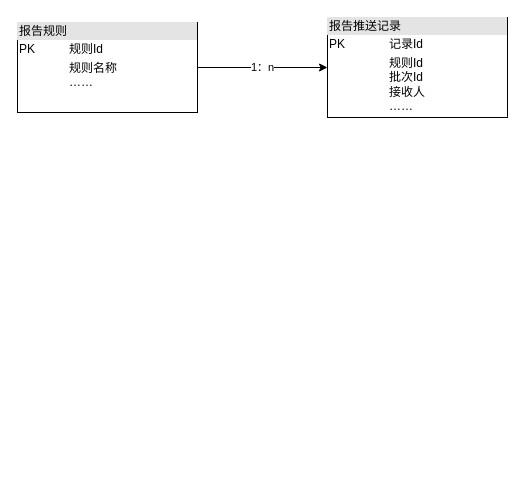
mozhu33/Diagrams keeps this draw.io diagram as 23一体化7月迭代.drawio. Above is the earlier version. Source tidied: cells renumbered, new cells numbered last; positions are measured from the earlier drawing's top-left corner, leaving out a move shared by most shapes. Both pictures are drawn from the tidied source at 100%, with x=0, y=0 at pixel (17, 17).
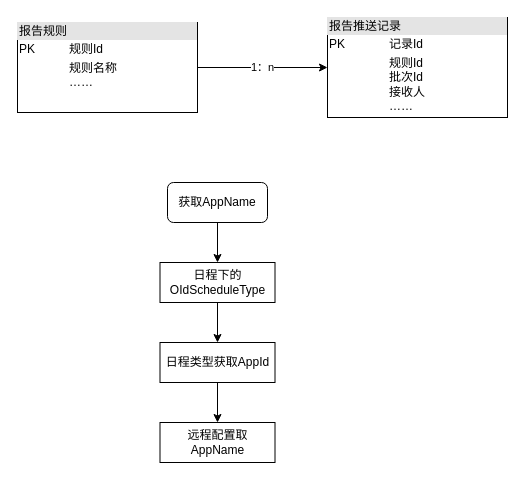
After the change.

Commit message:
更新23一体化7月迭代.drawio

The edit, as a diff of the source:
```diff
@@
 <mxGraphModel>
   <root>
     <mxCell id="0" />
     <mxCell id="1" parent="0" />
     <mxCell id="2" value="1：n" style="edgeStyle=orthogonalEdgeStyle;rounded=0;jettySize=auto;html=1;" parent="1" edge="1" source="3" target="4">
       <mxGeometry relative="1" as="geometry" />
     </mxCell>
     <mxCell id="3" value="&lt;div style=&quot;box-sizing:border-box;width:100%;background:#e4e4e4;padding:2px;&quot;&gt;报告规则&lt;/div&gt;&lt;table style=&quot;width:100%;font-size:1em;&quot; cellpadding=&quot;2&quot; cellspacing=&quot;0&quot;&gt;&lt;tbody&gt;&lt;tr&gt;&lt;td&gt;PK&lt;/td&gt;&lt;td&gt;规则Id&lt;/td&gt;&lt;/tr&gt;&lt;tr&gt;&lt;td&gt;&lt;br&gt;&lt;/td&gt;&lt;td&gt;规则名称&lt;br&gt;……&lt;/td&gt;&lt;/tr&gt;&lt;tr&gt;&lt;td&gt;&lt;/td&gt;&lt;td&gt;&lt;br&gt;&lt;/td&gt;&lt;/tr&gt;&lt;/tbody&gt;&lt;/table&gt;" style="verticalAlign=top;align=left;overflow=fill;html=1;" parent="1" vertex="1">
       <mxGeometry y="5" width="180" height="90" as="geometry" />
     </mxCell>
     <mxCell id="4" value="&lt;div style=&quot;box-sizing:border-box;width:100%;background:#e4e4e4;padding:2px;&quot;&gt;报告推送记录&lt;/div&gt;&lt;table style=&quot;width:100%;font-size:1em;&quot; cellpadding=&quot;2&quot; cellspacing=&quot;0&quot;&gt;&lt;tbody&gt;&lt;tr&gt;&lt;td&gt;PK&lt;/td&gt;&lt;td&gt;记录Id&lt;/td&gt;&lt;/tr&gt;&lt;tr&gt;&lt;td&gt;&lt;br&gt;&lt;/td&gt;&lt;td&gt;规则Id&lt;br&gt;批次Id&lt;br&gt;接收人&lt;br&gt;……&lt;/td&gt;&lt;/tr&gt;&lt;tr&gt;&lt;td&gt;&lt;/td&gt;&lt;td&gt;&lt;br&gt;&lt;/td&gt;&lt;/tr&gt;&lt;/tbody&gt;&lt;/table&gt;" style="verticalAlign=top;align=left;overflow=fill;html=1;" parent="1" vertex="1">
       <mxGeometry x="310" width="180" height="100" as="geometry" />
     </mxCell>
+    <mxCell id="5" style="edgeStyle=orthogonalEdgeStyle;rounded=0;jettySize=auto;html=1;" parent="1" edge="1" source="6" target="8">
+      <mxGeometry relative="1" as="geometry" />
+    </mxCell>
+    <mxCell id="6" value="获取AppName" style="rounded=1;whiteSpace=wrap;html=1;" parent="1" vertex="1">
+      <mxGeometry x="150" y="165" width="100" height="40" as="geometry" />
+    </mxCell>
+    <mxCell id="7" style="edgeStyle=orthogonalEdgeStyle;rounded=0;jettySize=auto;html=1;" parent="1" edge="1" source="8" target="10">
+      <mxGeometry relative="1" as="geometry" />
+    </mxCell>
+    <mxCell id="8" value="日程下的OIdScheduleType" style="rounded=0;whiteSpace=wrap;html=1;" parent="1" vertex="1">
+      <mxGeometry x="142.5" y="245" width="115" height="40" as="geometry" />
+    </mxCell>
+    <mxCell id="9" style="edgeStyle=orthogonalEdgeStyle;rounded=0;jettySize=auto;html=1;" parent="1" edge="1" source="10" target="11">
+      <mxGeometry relative="1" as="geometry" />
+    </mxCell>
+    <mxCell id="10" value="日程类型获取AppId" style="rounded=0;whiteSpace=wrap;html=1;" parent="1" vertex="1">
+      <mxGeometry x="142.5" y="325" width="115" height="40" as="geometry" />
+    </mxCell>
+    <mxCell id="11" value="远程配置取AppName" style="rounded=0;whiteSpace=wrap;html=1;" parent="1" vertex="1">
+      <mxGeometry x="142.5" y="405" width="115" height="40" as="geometry" />
+    </mxCell>
   </root>
 </mxGraphModel>
```
